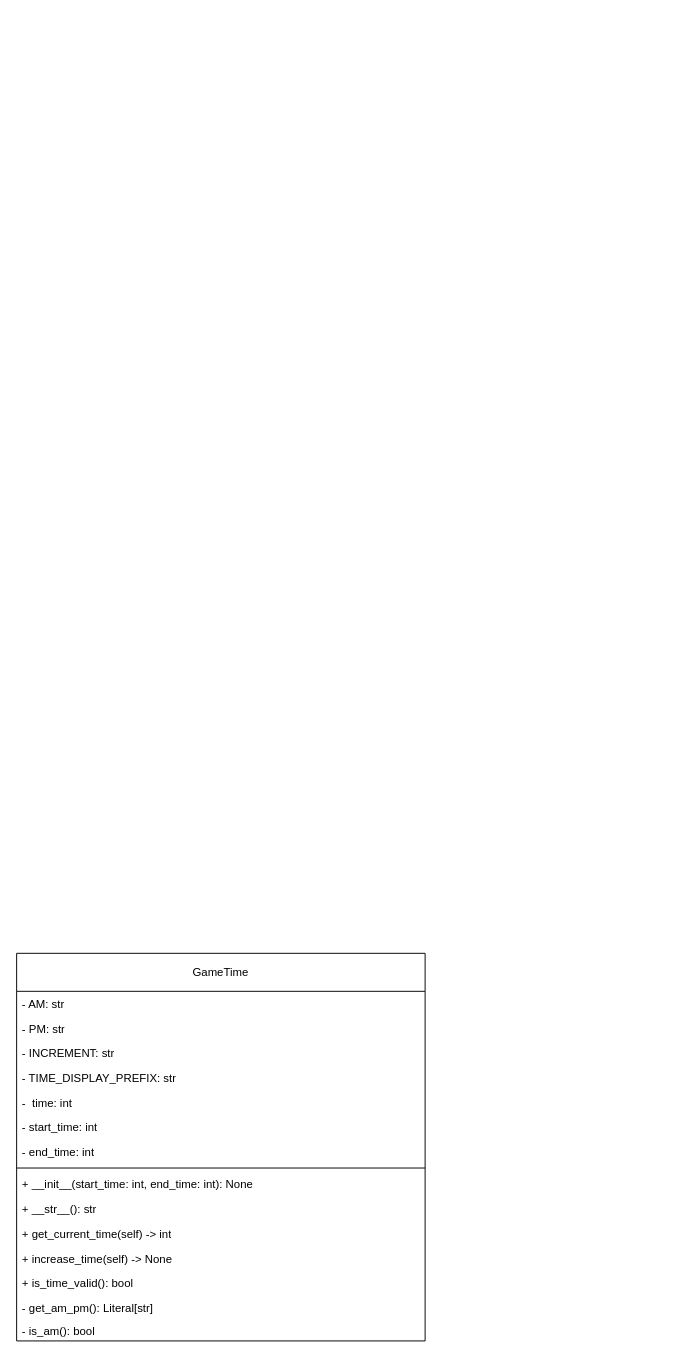
The draw.io diagram page "game_time_after" (2 of 2) of src/model_after_pattern/after_pattern.drawio in arsenie-sarmiento/ZombieInMyPocket, before the edit. Source tidied: cells renumbered, new cells numbered last; positions are measured from the earlier drawing's top-left corner, leaving out a move shared by most shapes. Both pictures are drawn from the tidied source at 95%, with x=0, y=0 at pixel (16, 953).
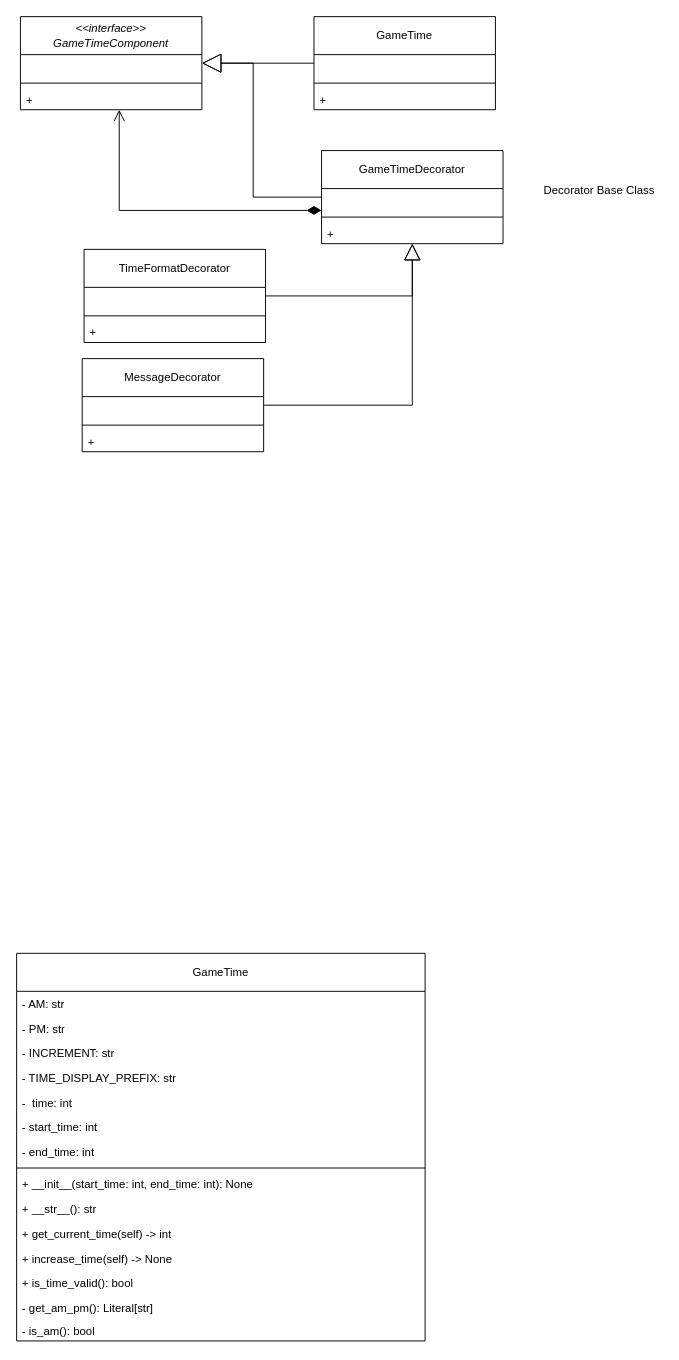
Above is the later version.

Commit message (it also covers changes not shown here):
created decorator files, deleted other gametime after files

What changed in the source:
```diff
@@
+    <mxCell id="18" style="edgeStyle=orthogonalEdgeStyle;html=1;endArrow=diamondThin;endFill=1;endSize=13;startArrow=open;startFill=0;startSize=10;rounded=0;curved=0;" parent="1" edge="1" source="19" target="29">
+      <mxGeometry relative="1" as="geometry">
+        <Array as="points">
+          <mxPoint x="108" y="-782" />
+        </Array>
+      </mxGeometry>
+    </mxCell>
+    <mxCell id="19" value="&lt;i&gt;&amp;lt;&amp;lt;interface&amp;gt;&amp;gt;&lt;/i&gt;&lt;div&gt;&lt;i&gt;GameTimeComponent&lt;/i&gt;&lt;/div&gt;" style="swimlane;fontStyle=0;horizontal=1;startSize=40;fillColor=none;whiteSpace=wrap;html=1;" parent="1" vertex="1">
+      <mxGeometry x="4" y="-986" width="191" height="98" as="geometry" />
+    </mxCell>
+    <mxCell id="20" value="&amp;nbsp;" style="text;strokeColor=none;fillColor=none;align=left;verticalAlign=top;spacingLeft=4;spacingRight=4;overflow=hidden;whiteSpace=wrap;html=1;" parent="19" vertex="1">
+      <mxGeometry y="40" width="191" height="26" as="geometry" />
+    </mxCell>
+    <mxCell id="21" style="line;strokeWidth=1;fillColor=none;align=left;verticalAlign=middle;spacingTop=-1;spacingLeft=3;spacingRight=3;labelPosition=right;strokeColor=inherit;" parent="19" vertex="1">
+      <mxGeometry y="66" width="191" height="8" as="geometry" />
+    </mxCell>
+    <mxCell id="22" value="+&amp;nbsp;" style="text;strokeColor=none;fillColor=none;align=left;verticalAlign=top;spacingLeft=4;spacingRight=4;overflow=hidden;whiteSpace=wrap;html=1;fontStyle=2;" parent="19" vertex="1">
+      <mxGeometry y="74" width="191" height="24" as="geometry" />
+    </mxCell>
+    <mxCell id="23" style="edgeStyle=none;html=1;endArrow=block;endFill=0;endSize=18;" parent="1" edge="1" source="24" target="19">
+      <mxGeometry relative="1" as="geometry" />
+    </mxCell>
+    <mxCell id="24" value="GameTime" style="swimlane;fontStyle=0;horizontal=1;startSize=40;fillColor=none;whiteSpace=wrap;html=1;" parent="1" vertex="1">
+      <mxGeometry x="313" y="-986" width="191" height="98" as="geometry" />
+    </mxCell>
+    <mxCell id="25" value="&amp;nbsp;" style="text;strokeColor=none;fillColor=none;align=left;verticalAlign=top;spacingLeft=4;spacingRight=4;overflow=hidden;whiteSpace=wrap;html=1;" parent="24" vertex="1">
+      <mxGeometry y="40" width="191" height="26" as="geometry" />
+    </mxCell>
+    <mxCell id="26" style="line;strokeWidth=1;fillColor=none;align=left;verticalAlign=middle;spacingTop=-1;spacingLeft=3;spacingRight=3;labelPosition=right;strokeColor=inherit;" parent="24" vertex="1">
+      <mxGeometry y="66" width="191" height="8" as="geometry" />
+    </mxCell>
+    <mxCell id="27" value="+&amp;nbsp;" style="text;strokeColor=none;fillColor=none;align=left;verticalAlign=top;spacingLeft=4;spacingRight=4;overflow=hidden;whiteSpace=wrap;html=1;fontStyle=2;" parent="24" vertex="1">
+      <mxGeometry y="74" width="191" height="24" as="geometry" />
+    </mxCell>
+    <mxCell id="28" style="edgeStyle=orthogonalEdgeStyle;html=1;endArrow=block;endFill=0;rounded=0;curved=0;endSize=18;" parent="1" edge="1" source="29" target="19">
+      <mxGeometry relative="1" as="geometry">
+        <Array as="points">
+          <mxPoint x="249" y="-796" />
+          <mxPoint x="249" y="-937" />
+        </Array>
+      </mxGeometry>
+    </mxCell>
+    <mxCell id="29" value="GameTimeDecorator" style="swimlane;fontStyle=0;horizontal=1;startSize=40;fillColor=none;whiteSpace=wrap;html=1;" parent="1" vertex="1">
+      <mxGeometry x="321" y="-845" width="191" height="98" as="geometry" />
+    </mxCell>
+    <mxCell id="30" value="&amp;nbsp;" style="text;strokeColor=none;fillColor=none;align=left;verticalAlign=top;spacingLeft=4;spacingRight=4;overflow=hidden;whiteSpace=wrap;html=1;" parent="29" vertex="1">
+      <mxGeometry y="40" width="191" height="26" as="geometry" />
+    </mxCell>
+    <mxCell id="31" style="line;strokeWidth=1;fillColor=none;align=left;verticalAlign=middle;spacingTop=-1;spacingLeft=3;spacingRight=3;labelPosition=right;strokeColor=inherit;" parent="29" vertex="1">
+      <mxGeometry y="66" width="191" height="8" as="geometry" />
+    </mxCell>
+    <mxCell id="32" value="+&amp;nbsp;" style="text;strokeColor=none;fillColor=none;align=left;verticalAlign=top;spacingLeft=4;spacingRight=4;overflow=hidden;whiteSpace=wrap;html=1;fontStyle=2;" parent="29" vertex="1">
+      <mxGeometry y="74" width="191" height="24" as="geometry" />
+    </mxCell>
+    <mxCell id="33" style="edgeStyle=orthogonalEdgeStyle;html=1;rounded=0;endArrow=block;endFill=0;endSize=15;" parent="1" edge="1" source="34" target="29">
+      <mxGeometry relative="1" as="geometry" />
+    </mxCell>
+    <mxCell id="34" value="TimeFormatDecorator" style="swimlane;fontStyle=0;horizontal=1;startSize=40;fillColor=none;whiteSpace=wrap;html=1;" parent="1" vertex="1">
+      <mxGeometry x="71" y="-741" width="191" height="98" as="geometry" />
+    </mxCell>
+    <mxCell id="35" value="&amp;nbsp;" style="text;strokeColor=none;fillColor=none;align=left;verticalAlign=top;spacingLeft=4;spacingRight=4;overflow=hidden;whiteSpace=wrap;html=1;" parent="34" vertex="1">
+      <mxGeometry y="40" width="191" height="26" as="geometry" />
+    </mxCell>
+    <mxCell id="36" style="line;strokeWidth=1;fillColor=none;align=left;verticalAlign=middle;spacingTop=-1;spacingLeft=3;spacingRight=3;labelPosition=right;strokeColor=inherit;" parent="34" vertex="1">
+      <mxGeometry y="66" width="191" height="8" as="geometry" />
+    </mxCell>
+    <mxCell id="37" value="+&amp;nbsp;" style="text;strokeColor=none;fillColor=none;align=left;verticalAlign=top;spacingLeft=4;spacingRight=4;overflow=hidden;whiteSpace=wrap;html=1;fontStyle=2;" parent="34" vertex="1">
+      <mxGeometry y="74" width="191" height="24" as="geometry" />
+    </mxCell>
+    <mxCell id="38" value="Decorator Base Class" style="text;html=1;align=center;verticalAlign=middle;strokeColor=none;fillColor=none;" parent="1" vertex="1">
+      <mxGeometry x="545" y="-816" width="135" height="26" as="geometry" />
+    </mxCell>
+    <mxCell id="39" value="MessageDecorator" style="swimlane;fontStyle=0;horizontal=1;startSize=40;fillColor=none;whiteSpace=wrap;html=1;" parent="1" vertex="1">
+      <mxGeometry x="69" y="-626" width="191" height="98" as="geometry" />
+    </mxCell>
+    <mxCell id="40" value="&amp;nbsp;" style="text;strokeColor=none;fillColor=none;align=left;verticalAlign=top;spacingLeft=4;spacingRight=4;overflow=hidden;whiteSpace=wrap;html=1;" parent="39" vertex="1">
+      <mxGeometry y="40" width="191" height="26" as="geometry" />
+    </mxCell>
+    <mxCell id="41" style="line;strokeWidth=1;fillColor=none;align=left;verticalAlign=middle;spacingTop=-1;spacingLeft=3;spacingRight=3;labelPosition=right;strokeColor=inherit;" parent="39" vertex="1">
+      <mxGeometry y="66" width="191" height="8" as="geometry" />
+    </mxCell>
+    <mxCell id="42" value="+&amp;nbsp;" style="text;strokeColor=none;fillColor=none;align=left;verticalAlign=top;spacingLeft=4;spacingRight=4;overflow=hidden;whiteSpace=wrap;html=1;fontStyle=2;" parent="39" vertex="1">
+      <mxGeometry y="74" width="191" height="24" as="geometry" />
+    </mxCell>
+    <mxCell id="43" style="edgeStyle=orthogonalEdgeStyle;html=1;rounded=0;endArrow=block;endFill=0;endSize=15;" parent="1" edge="1" source="39" target="29">
+      <mxGeometry relative="1" as="geometry" />
+    </mxCell>
```
